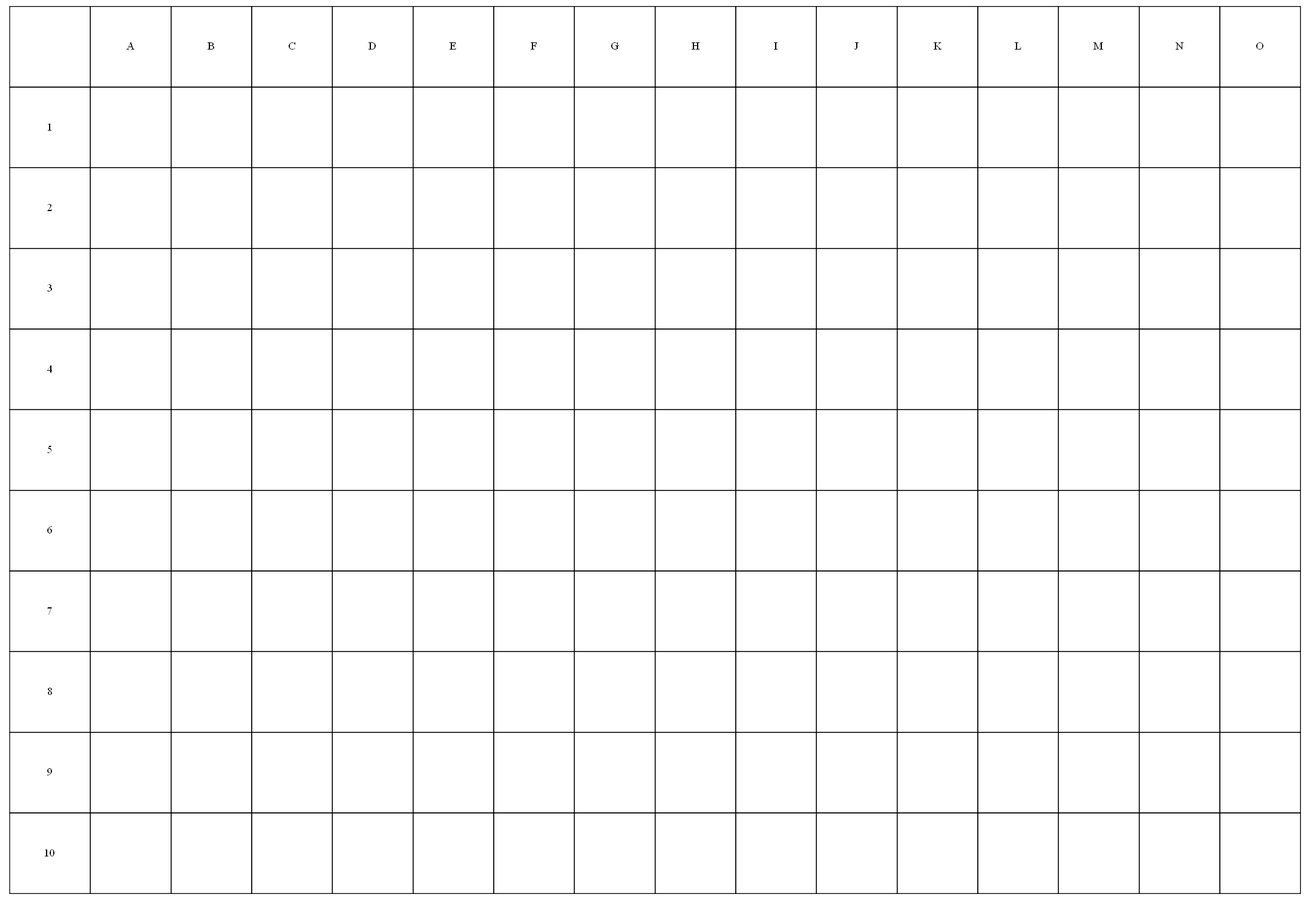
Earlier version of the Graphviz export Proyecto_fase2/WSnaval_wars/ClienteAdmin/Imagenes/tablero_aviones.png (jocaqes/EDD_201212921). Its source is kept beside it as Proyecto_fase2/WSnaval_wars/WSnaval_wars/Dots/tablero_aviones.dot.
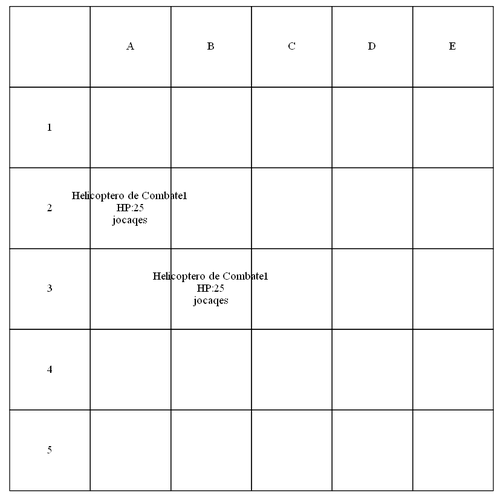
After the change.

Change to the diagram source:
```diff
@@ -7,16 +7,6 @@
 <TD width="100" height="100" fixedsize="true">C</TD>
 <TD width="100" height="100" fixedsize="true">D</TD>
 <TD width="100" height="100" fixedsize="true">E</TD>
-<TD width="100" height="100" fixedsize="true">F</TD>
-<TD width="100" height="100" fixedsize="true">G</TD>
-<TD width="100" height="100" fixedsize="true">H</TD>
-<TD width="100" height="100" fixedsize="true">I</TD>
-<TD width="100" height="100" fixedsize="true">J</TD>
-<TD width="100" height="100" fixedsize="true">K</TD>
-<TD width="100" height="100" fixedsize="true">L</TD>
-<TD width="100" height="100" fixedsize="true">M</TD>
-<TD width="100" height="100" fixedsize="true">N</TD>
-<TD width="100" height="100" fixedsize="true">O</TD>
 </TR>
 <TR>
 <TD width="100" height="100" fixedsize="true">1</TD>
@@ -25,29 +15,9 @@
 <TD width="100" height="100" fixedsize="true"></TD>
 <TD width="100" height="100" fixedsize="true"></TD>
 <TD width="100" height="100" fixedsize="true"></TD>
-<TD width="100" height="100" fixedsize="true"></TD>
-<TD width="100" height="100" fixedsize="true"></TD>
-<TD width="100" height="100" fixedsize="true"></TD>
-<TD width="100" height="100" fixedsize="true"></TD>
-<TD width="100" height="100" fixedsize="true"></TD>
-<TD width="100" height="100" fixedsize="true"></TD>
-<TD width="100" height="100" fixedsize="true"></TD>
-<TD width="100" height="100" fixedsize="true"></TD>
-<TD width="100" height="100" fixedsize="true"></TD>
-<TD width="100" height="100" fixedsize="true"></TD>
 </TR><TR>
 <TD width="100" height="100" fixedsize="true">2</TD>
-<TD width="100" height="100" fixedsize="true"></TD>
-<TD width="100" height="100" fixedsize="true"></TD>
-<TD width="100" height="100" fixedsize="true"></TD>
-<TD width="100" height="100" fixedsize="true"></TD>
-<TD width="100" height="100" fixedsize="true"></TD>
-<TD width="100" height="100" fixedsize="true"></TD>
-<TD width="100" height="100" fixedsize="true"></TD>
-<TD width="100" height="100" fixedsize="true"></TD>
-<TD width="100" height="100" fixedsize="true"></TD>
-<TD width="100" height="100" fixedsize="true"></TD>
-<TD width="100" height="100" fixedsize="true"></TD>
+<TD width="100" height="100" fixedsize="true">Helicoptero de Combate1<br/>HP:25<br/>jocaqes</TD>
 <TD width="100" height="100" fixedsize="true"></TD>
 <TD width="100" height="100" fixedsize="true"></TD>
 <TD width="100" height="100" fixedsize="true"></TD>
@@ -55,32 +25,12 @@
 </TR><TR>
 <TD width="100" height="100" fixedsize="true">3</TD>
 <TD width="100" height="100" fixedsize="true"></TD>
-<TD width="100" height="100" fixedsize="true"></TD>
-<TD width="100" height="100" fixedsize="true"></TD>
-<TD width="100" height="100" fixedsize="true"></TD>
-<TD width="100" height="100" fixedsize="true"></TD>
-<TD width="100" height="100" fixedsize="true"></TD>
-<TD width="100" height="100" fixedsize="true"></TD>
-<TD width="100" height="100" fixedsize="true"></TD>
-<TD width="100" height="100" fixedsize="true"></TD>
-<TD width="100" height="100" fixedsize="true"></TD>
-<TD width="100" height="100" fixedsize="true"></TD>
-<TD width="100" height="100" fixedsize="true"></TD>
+<TD width="100" height="100" fixedsize="true">Helicoptero de Combate1<br/>HP:25<br/>jocaqes</TD>
 <TD width="100" height="100" fixedsize="true"></TD>
 <TD width="100" height="100" fixedsize="true"></TD>
 <TD width="100" height="100" fixedsize="true"></TD>
 </TR><TR>
 <TD width="100" height="100" fixedsize="true">4</TD>
-<TD width="100" height="100" fixedsize="true"></TD>
-<TD width="100" height="100" fixedsize="true"></TD>
-<TD width="100" height="100" fixedsize="true"></TD>
-<TD width="100" height="100" fixedsize="true"></TD>
-<TD width="100" height="100" fixedsize="true"></TD>
-<TD width="100" height="100" fixedsize="true"></TD>
-<TD width="100" height="100" fixedsize="true"></TD>
-<TD width="100" height="100" fixedsize="true"></TD>
-<TD width="100" height="100" fixedsize="true"></TD>
-<TD width="100" height="100" fixedsize="true"></TD>
 <TD width="100" height="100" fixedsize="true"></TD>
 <TD width="100" height="100" fixedsize="true"></TD>
 <TD width="100" height="100" fixedsize="true"></TD>
@@ -93,100 +43,5 @@
 <TD width="100" height="100" fixedsize="true"></TD>
 <TD width="100" height="100" fixedsize="true"></TD>
 <TD width="100" height="100" fixedsize="true"></TD>
-<TD width="100" height="100" fixedsize="true"></TD>
-<TD width="100" height="100" fixedsize="true"></TD>
-<TD width="100" height="100" fixedsize="true"></TD>
-<TD width="100" height="100" fixedsize="true"></TD>
-<TD width="100" height="100" fixedsize="true"></TD>
-<TD width="100" height="100" fixedsize="true"></TD>
-<TD width="100" height="100" fixedsize="true"></TD>
-<TD width="100" height="100" fixedsize="true"></TD>
-<TD width="100" height="100" fixedsize="true"></TD>
-<TD width="100" height="100" fixedsize="true"></TD>
-</TR><TR>
-<TD width="100" height="100" fixedsize="true">6</TD>
-<TD width="100" height="100" fixedsize="true"></TD>
-<TD width="100" height="100" fixedsize="true"></TD>
-<TD width="100" height="100" fixedsize="true"></TD>
-<TD width="100" height="100" fixedsize="true"></TD>
-<TD width="100" height="100" fixedsize="true"></TD>
-<TD width="100" height="100" fixedsize="true"></TD>
-<TD width="100" height="100" fixedsize="true"></TD>
-<TD width="100" height="100" fixedsize="true"></TD>
-<TD width="100" height="100" fixedsize="true"></TD>
-<TD width="100" height="100" fixedsize="true"></TD>
-<TD width="100" height="100" fixedsize="true"></TD>
-<TD width="100" height="100" fixedsize="true"></TD>
-<TD width="100" height="100" fixedsize="true"></TD>
-<TD width="100" height="100" fixedsize="true"></TD>
-<TD width="100" height="100" fixedsize="true"></TD>
-</TR><TR>
-<TD width="100" height="100" fixedsize="true">7</TD>
-<TD width="100" height="100" fixedsize="true"></TD>
-<TD width="100" height="100" fixedsize="true"></TD>
-<TD width="100" height="100" fixedsize="true"></TD>
-<TD width="100" height="100" fixedsize="true"></TD>
-<TD width="100" height="100" fixedsize="true"></TD>
-<TD width="100" height="100" fixedsize="true"></TD>
-<TD width="100" height="100" fixedsize="true"></TD>
-<TD width="100" height="100" fixedsize="true"></TD>
-<TD width="100" height="100" fixedsize="true"></TD>
-<TD width="100" height="100" fixedsize="true"></TD>
-<TD width="100" height="100" fixedsize="true"></TD>
-<TD width="100" height="100" fixedsize="true"></TD>
-<TD width="100" height="100" fixedsize="true"></TD>
-<TD width="100" height="100" fixedsize="true"></TD>
-<TD width="100" height="100" fixedsize="true"></TD>
-</TR><TR>
-<TD width="100" height="100" fixedsize="true">8</TD>
-<TD width="100" height="100" fixedsize="true"></TD>
-<TD width="100" height="100" fixedsize="true"></TD>
-<TD width="100" height="100" fixedsize="true"></TD>
-<TD width="100" height="100" fixedsize="true"></TD>
-<TD width="100" height="100" fixedsize="true"></TD>
-<TD width="100" height="100" fixedsize="true"></TD>
-<TD width="100" height="100" fixedsize="true"></TD>
-<TD width="100" height="100" fixedsize="true"></TD>
-<TD width="100" height="100" fixedsize="true"></TD>
-<TD width="100" height="100" fixedsize="true"></TD>
-<TD width="100" height="100" fixedsize="true"></TD>
-<TD width="100" height="100" fixedsize="true"></TD>
-<TD width="100" height="100" fixedsize="true"></TD>
-<TD width="100" height="100" fixedsize="true"></TD>
-<TD width="100" height="100" fixedsize="true"></TD>
-</TR><TR>
-<TD width="100" height="100" fixedsize="true">9</TD>
-<TD width="100" height="100" fixedsize="true"></TD>
-<TD width="100" height="100" fixedsize="true"></TD>
-<TD width="100" height="100" fixedsize="true"></TD>
-<TD width="100" height="100" fixedsize="true"></TD>
-<TD width="100" height="100" fixedsize="true"></TD>
-<TD width="100" height="100" fixedsize="true"></TD>
-<TD width="100" height="100" fixedsize="true"></TD>
-<TD width="100" height="100" fixedsize="true"></TD>
-<TD width="100" height="100" fixedsize="true"></TD>
-<TD width="100" height="100" fixedsize="true"></TD>
-<TD width="100" height="100" fixedsize="true"></TD>
-<TD width="100" height="100" fixedsize="true"></TD>
-<TD width="100" height="100" fixedsize="true"></TD>
-<TD width="100" height="100" fixedsize="true"></TD>
-<TD width="100" height="100" fixedsize="true"></TD>
-</TR><TR>
-<TD width="100" height="100" fixedsize="true">10</TD>
-<TD width="100" height="100" fixedsize="true"></TD>
-<TD width="100" height="100" fixedsize="true"></TD>
-<TD width="100" height="100" fixedsize="true"></TD>
-<TD width="100" height="100" fixedsize="true"></TD>
-<TD width="100" height="100" fixedsize="true"></TD>
-<TD width="100" height="100" fixedsize="true"></TD>
-<TD width="100" height="100" fixedsize="true"></TD>
-<TD width="100" height="100" fixedsize="true"></TD>
-<TD width="100" height="100" fixedsize="true"></TD>
-<TD width="100" height="100" fixedsize="true"></TD>
-<TD width="100" height="100" fixedsize="true"></TD>
-<TD width="100" height="100" fixedsize="true"></TD>
-<TD width="100" height="100" fixedsize="true"></TD>
-<TD width="100" height="100" fixedsize="true"></TD>
-<TD width="100" height="100" fixedsize="true"></TD>
 </TR></TABLE>>];
 }
```
